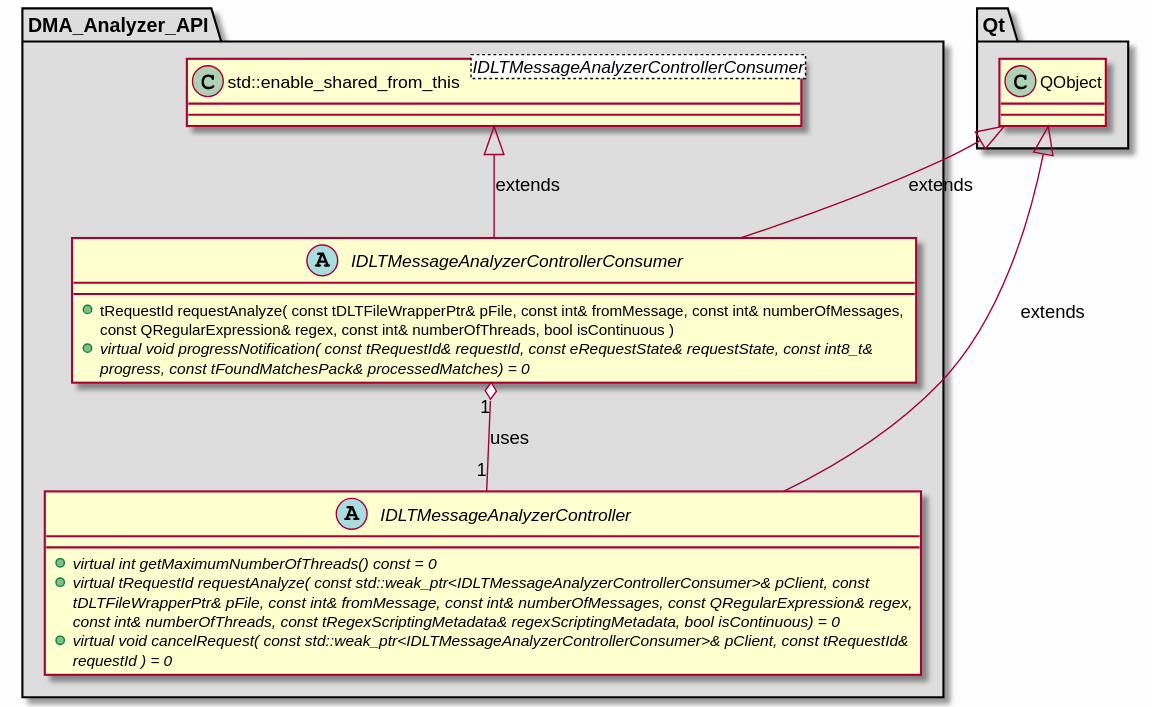
The PlantUML diagram md/dev_docs/puml/DMA_Analyzer_API_standalone.svg in svlad-90/DLT-Message-Analyzer, before a commit.
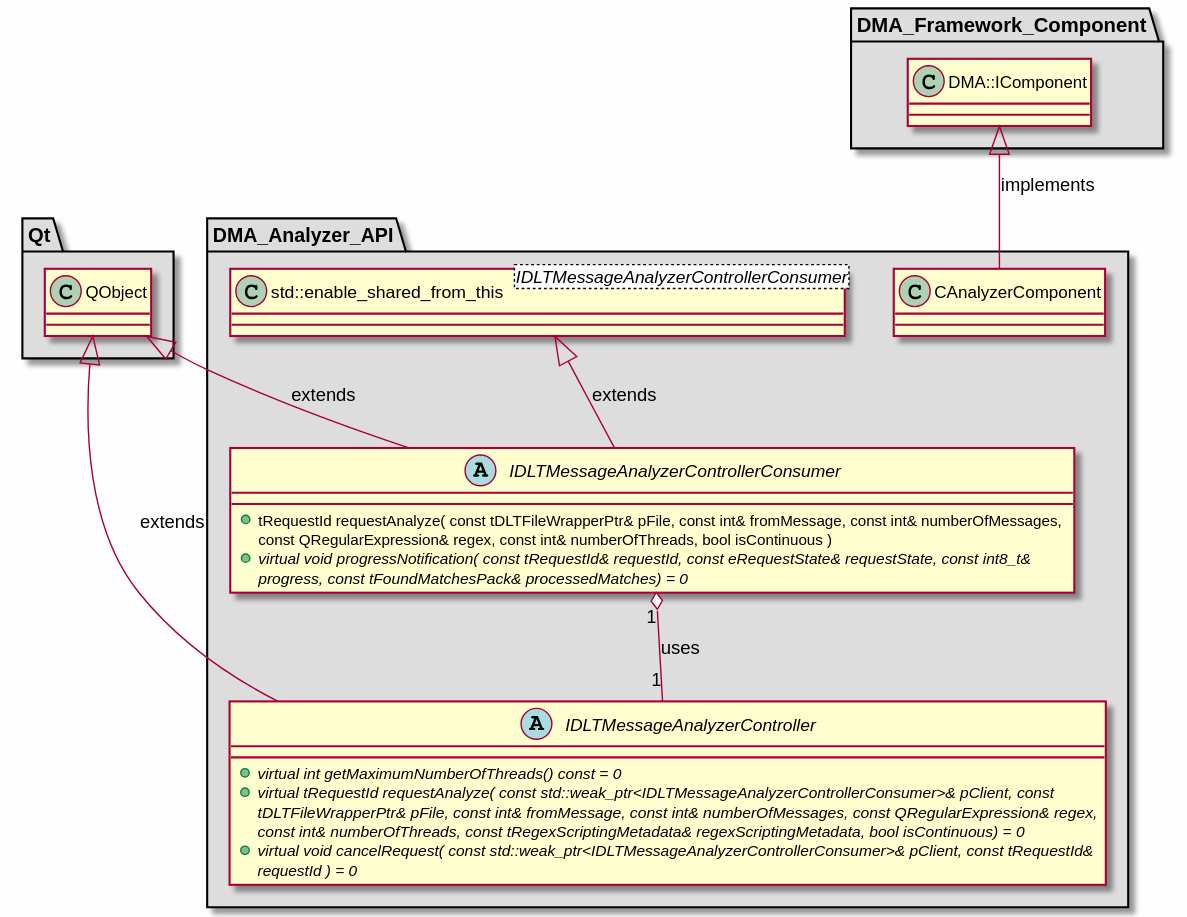
Later version of the same file.

Change to the diagram source:
```diff
@@ -4,6 +4,10 @@
 skinparam wrapWidth 600
 package "DMA_Analyzer_API" #DDDDDD
 {
+
+class "CAnalyzerComponent"
+{
+}
 
 abstract class "IDLTMessageAnalyzerController"
 {
@@ -24,6 +28,15 @@
 
 }
 
+package "DMA_Framework_Component" #DDDDDD
+{
+
+class "DMA::IComponent"
+{
+}
+
+}
+
 package "Qt" #DDDDDD
 {
 
@@ -33,6 +46,7 @@
 
 }
 
+DMA::IComponent <|-- CAnalyzerComponent : implements
 QObject <|-- IDLTMessageAnalyzerController : extends
 QObject <|-- IDLTMessageAnalyzerControllerConsumer : extends
 std::enable_shared_from_this_IDLTMessageAnalyzerControllerConsumer_ <|-- IDLTMessageAnalyzerControllerConsumer : extends
```
